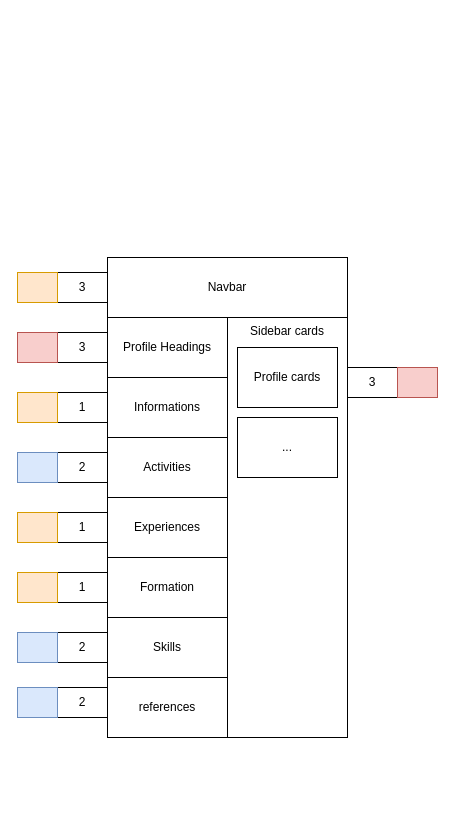
Above: Strikedin-Mockup.drawio in MaksymSharinDev/strive-apr21-BW2 (draw.io), before the change. Source tidied: cells renumbered, new cells numbered last; positions are measured from the earlier drawing's top-left corner, leaving out a move shared by most shapes. Both pictures are drawn from the tidied source at 100%, with x=0, y=0 at pixel (17, 257).
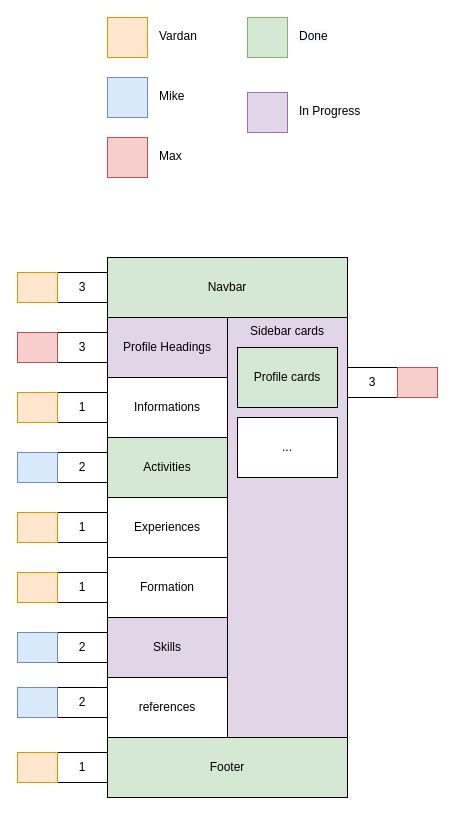
The same diagram, later.

The edit, as a diff of the source:
```diff
@@
-    <mxCell id="2" value="Navbar" style="rounded=0;whiteSpace=wrap;html=1;" parent="1" vertex="1">
+    <mxCell id="2" value="Navbar" style="rounded=0;whiteSpace=wrap;html=1;fillColor=#d5e8d4;" parent="1" vertex="1">
       <mxGeometry x="90" width="240" height="60" as="geometry" />
     </mxCell>
-    <mxCell id="3" value="Profile Headings" style="rounded=0;whiteSpace=wrap;html=1;" parent="1" vertex="1">
+    <mxCell id="3" value="Profile Headings" style="rounded=0;whiteSpace=wrap;html=1;fillColor=#e1d5e7;" parent="1" vertex="1">
       <mxGeometry x="90" y="60" width="120" height="60" as="geometry" />
     </mxCell>
@@
-    <mxCell id="5" value="Sidebar cards" style="rounded=0;whiteSpace=wrap;html=1;verticalAlign=top;" parent="1" vertex="1">
+    <mxCell id="5" value="Sidebar cards" style="rounded=0;whiteSpace=wrap;html=1;verticalAlign=top;fillColor=#e1d5e7;" parent="1" vertex="1">
       <mxGeometry x="210" y="60" width="120" height="420" as="geometry" />
     </mxCell>
-    <mxCell id="6" value="Activities" style="rounded=0;whiteSpace=wrap;html=1;" parent="1" vertex="1">
+    <mxCell id="6" value="Activities" style="rounded=0;whiteSpace=wrap;html=1;fillColor=#d5e8d4;" parent="1" vertex="1">
       <mxGeometry x="90" y="180" width="120" height="60" as="geometry" />
     </mxCell>
@@
-    <mxCell id="9" value="Skills" style="rounded=0;whiteSpace=wrap;html=1;" parent="1" vertex="1">
+    <mxCell id="9" value="Skills" style="rounded=0;whiteSpace=wrap;html=1;fillColor=#e1d5e7;" parent="1" vertex="1">
       <mxGeometry x="90" y="360" width="120" height="60" as="geometry" />
     </mxCell>
@@
-    <mxCell id="11" value="Profile cards" style="rounded=0;whiteSpace=wrap;html=1;" parent="1" vertex="1">
+    <mxCell id="11" value="Profile cards" style="rounded=0;whiteSpace=wrap;html=1;fillColor=#d5e8d4;" parent="1" vertex="1">
       <mxGeometry x="220" y="90" width="100" height="60" as="geometry" />
     </mxCell>
@@
+    <mxCell id="31" style="rounded=0;whiteSpace=wrap;html=1;fillColor=#d5e8d4;strokeColor=#82b366;" parent="1" vertex="1">
+      <mxGeometry x="230" y="-240" width="40" height="40" as="geometry" />
+    </mxCell>
+    <mxCell id="32" style="rounded=0;whiteSpace=wrap;html=1;fillColor=#e1d5e7;strokeColor=#9673a6;" parent="1" vertex="1">
+      <mxGeometry x="230" y="-165" width="40" height="40" as="geometry" />
+    </mxCell>
+    <mxCell id="33" value="&lt;span style=&quot;color: rgb(0, 0, 0); font-family: helvetica; font-size: 12px; font-style: normal; font-weight: 400; letter-spacing: normal; text-align: center; text-indent: 0px; text-transform: none; word-spacing: 0px; background-color: rgb(248, 249, 250); display: inline; float: none;&quot;&gt;Done&lt;/span&gt;" style="text;whiteSpace=wrap;html=1;" parent="1" vertex="1">
+      <mxGeometry x="280" y="-235" width="50" height="30" as="geometry" />
+    </mxCell>
+    <mxCell id="34" value="&lt;span style=&quot;color: rgb(0 , 0 , 0) ; font-family: &amp;#34;helvetica&amp;#34; ; font-size: 12px ; font-style: normal ; font-weight: 400 ; letter-spacing: normal ; text-align: center ; text-indent: 0px ; text-transform: none ; word-spacing: 0px ; background-color: rgb(248 , 249 , 250) ; display: inline ; float: none&quot;&gt;In Progress&lt;/span&gt;" style="text;whiteSpace=wrap;html=1;" parent="1" vertex="1">
+      <mxGeometry x="280" y="-160" width="70" height="30" as="geometry" />
+    </mxCell>
+    <mxCell id="35" value="Footer" style="rounded=0;whiteSpace=wrap;html=1;fillColor=#d5e8d4;" parent="1" vertex="1">
+      <mxGeometry x="90" y="480" width="240" height="60" as="geometry" />
+    </mxCell>
+    <mxCell id="36" value="1" style="rounded=0;whiteSpace=wrap;html=1;" parent="1" vertex="1">
+      <mxGeometry x="40" y="495" width="50" height="30" as="geometry" />
+    </mxCell>
+    <mxCell id="37" style="rounded=0;whiteSpace=wrap;html=1;fillColor=#ffe6cc;strokeColor=#d79b00;" parent="1" vertex="1">
+      <mxGeometry y="495" width="40" height="30" as="geometry" />
+    </mxCell>
+    <mxCell id="38" style="rounded=0;whiteSpace=wrap;html=1;fillColor=#ffe6cc;strokeColor=#d79b00;" parent="1" vertex="1">
+      <mxGeometry x="90" y="-240" width="40" height="40" as="geometry" />
+    </mxCell>
+    <mxCell id="39" value="&lt;div style=&quot;text-align: center&quot;&gt;&lt;span&gt;&lt;font face=&quot;helvetica&quot;&gt;Vardan&lt;/font&gt;&lt;/span&gt;&lt;/div&gt;" style="text;whiteSpace=wrap;html=1;" parent="1" vertex="1">
+      <mxGeometry x="140" y="-235" width="70" height="30" as="geometry" />
+    </mxCell>
+    <mxCell id="40" style="rounded=0;whiteSpace=wrap;html=1;fillColor=#dae8fc;strokeColor=#6c8ebf;" parent="1" vertex="1">
+      <mxGeometry x="90" y="-180" width="40" height="40" as="geometry" />
+    </mxCell>
+    <mxCell id="41" value="&lt;div style=&quot;text-align: center&quot;&gt;&lt;span&gt;&lt;font face=&quot;helvetica&quot;&gt;Mike&lt;/font&gt;&lt;/span&gt;&lt;/div&gt;" style="text;whiteSpace=wrap;html=1;" parent="1" vertex="1">
+      <mxGeometry x="140" y="-175" width="70" height="30" as="geometry" />
+    </mxCell>
+    <mxCell id="42" style="rounded=0;whiteSpace=wrap;html=1;fillColor=#f8cecc;strokeColor=#b85450;" parent="1" vertex="1">
+      <mxGeometry x="90" y="-120" width="40" height="40" as="geometry" />
+    </mxCell>
+    <mxCell id="43" value="&lt;div style=&quot;text-align: center&quot;&gt;&lt;span&gt;&lt;font face=&quot;helvetica&quot;&gt;Max&lt;/font&gt;&lt;/span&gt;&lt;/div&gt;" style="text;whiteSpace=wrap;html=1;" parent="1" vertex="1">
+      <mxGeometry x="140" y="-115" width="70" height="30" as="geometry" />
+    </mxCell>
```
